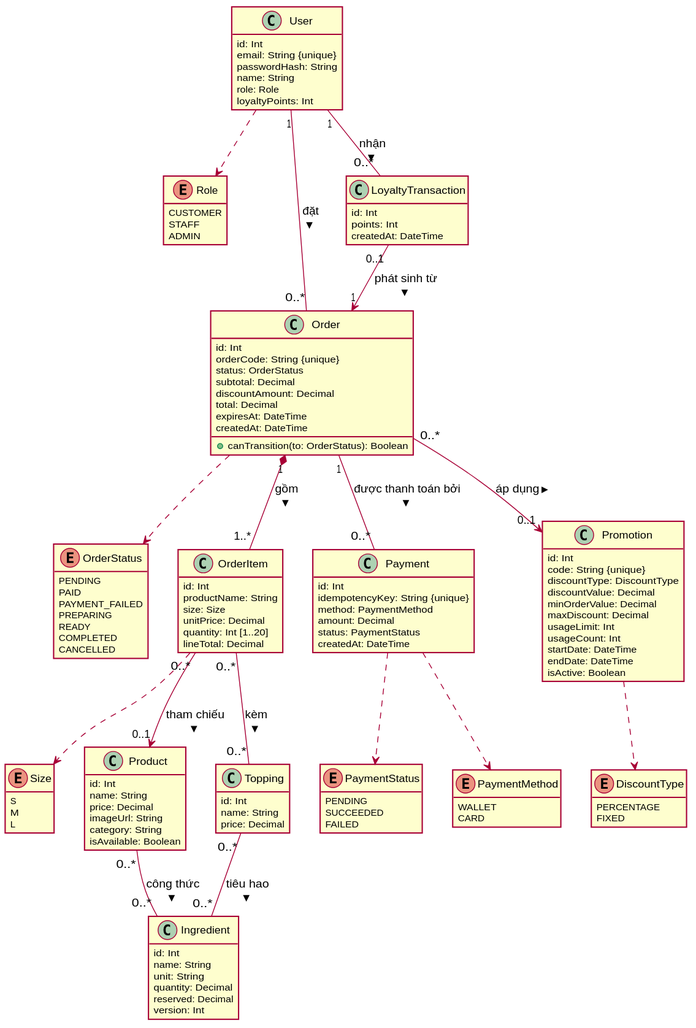
Before: docs/diagrams/class-domain.svg, a diagram exported from PlantUML (dinh-hung-116/BrewLite-Assignment2).
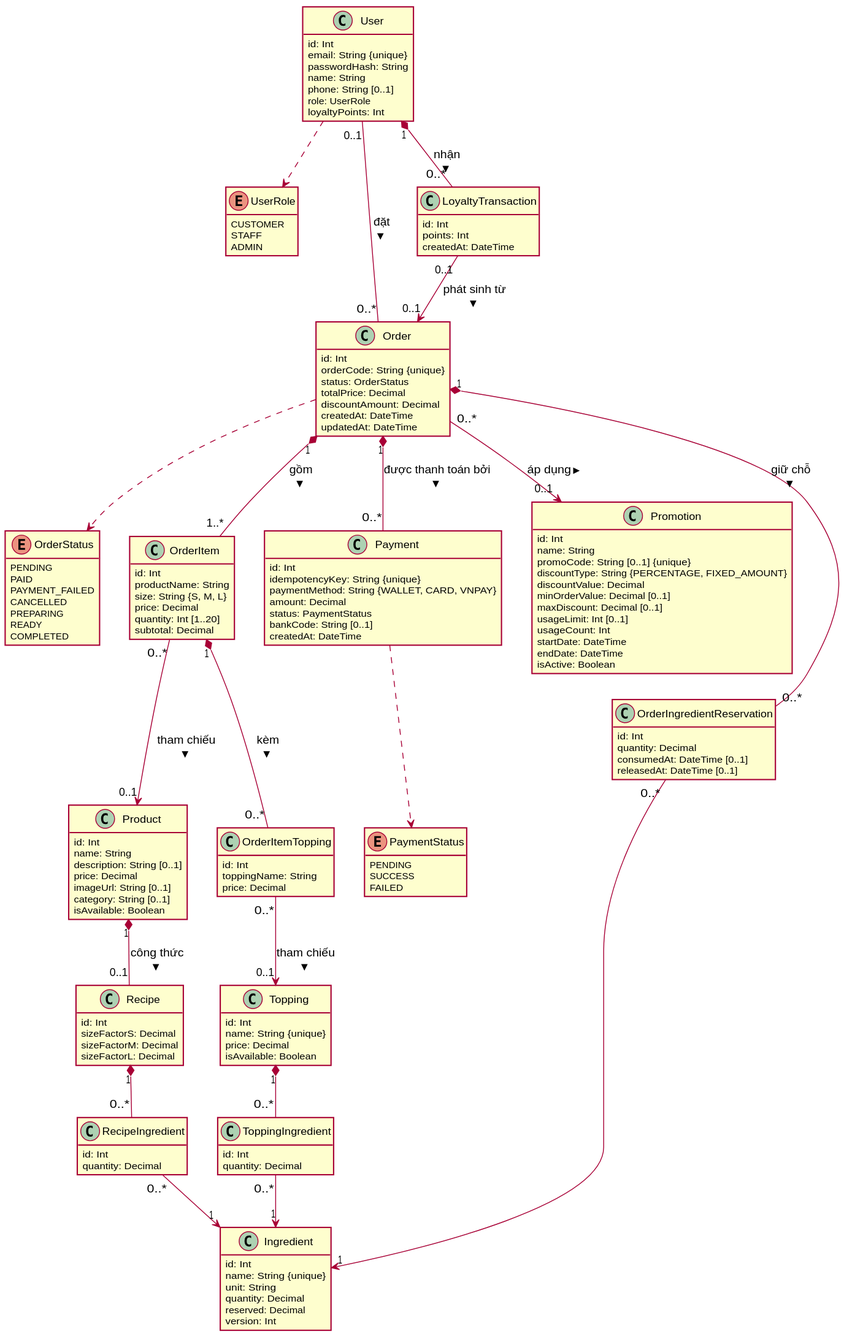
After the commit.

Commit message:
docs(diagrams): sửa activity, sequence, class theo code và schema thật

The edit, as a diff of the source:
```diff
@@ -2,7 +2,7 @@
 skinparam shadowing false
 hide empty methods
 
-enum Role {
+enum UserRole {
   CUSTOMER
   STAFF
   ADMIN
@@ -11,28 +11,15 @@
   PENDING
   PAID
   PAYMENT_FAILED
+  CANCELLED
   PREPARING
   READY
   COMPLETED
-  CANCELLED
 }
 enum PaymentStatus {
   PENDING
-  SUCCEEDED
+  SUCCESS
   FAILED
-}
-enum PaymentMethod {
-  WALLET
-  CARD
-}
-enum Size {
-  S
-  M
-  L
-}
-enum DiscountType {
-  PERCENTAGE
-  FIXED
 }
 
 class User {
@@ -40,57 +27,65 @@
   email: String {unique}
   passwordHash: String
   name: String
-  role: Role
+  phone: String [0..1]
+  role: UserRole
   loyaltyPoints: Int
 }
 class Product {
   id: Int
   name: String
+  description: String [0..1]
   price: Decimal
-  imageUrl: String
-  category: String
+  imageUrl: String [0..1]
+  category: String [0..1]
   isAvailable: Boolean
 }
 class Topping {
   id: Int
-  name: String
+  name: String {unique}
   price: Decimal
+  isAvailable: Boolean
 }
 class Order {
   id: Int
   orderCode: String {unique}
   status: OrderStatus
-  subtotal: Decimal
+  totalPrice: Decimal
   discountAmount: Decimal
-  total: Decimal
-  expiresAt: DateTime
   createdAt: DateTime
-  +canTransition(to: OrderStatus): Boolean
+  updatedAt: DateTime
 }
 class OrderItem {
   id: Int
   productName: String
-  size: Size
-  unitPrice: Decimal
+  size: String {S, M, L}
+  price: Decimal
   quantity: Int [1..20]
-  lineTotal: Decimal
+  subtotal: Decimal
+}
+class OrderItemTopping {
+  id: Int
+  toppingName: String
+  price: Decimal
 }
 class Payment {
   id: Int
   idempotencyKey: String {unique}
-  method: PaymentMethod
+  paymentMethod: String {WALLET, CARD, VNPAY}
   amount: Decimal
   status: PaymentStatus
+  bankCode: String [0..1]
   createdAt: DateTime
 }
 class Promotion {
   id: Int
-  code: String {unique}
-  discountType: DiscountType
+  name: String
+  promoCode: String [0..1] {unique}
+  discountType: String {PERCENTAGE, FIXED_AMOUNT}
   discountValue: Decimal
-  minOrderValue: Decimal
-  maxDiscount: Decimal
-  usageLimit: Int
+  minOrderValue: Decimal [0..1]
+  maxDiscount: Decimal [0..1]
+  usageLimit: Int [0..1]
   usageCount: Int
   startDate: DateTime
   endDate: DateTime
@@ -101,30 +96,53 @@
   points: Int
   createdAt: DateTime
 }
+class Recipe {
+  id: Int
+  sizeFactorS: Decimal
+  sizeFactorM: Decimal
+  sizeFactorL: Decimal
+}
+class RecipeIngredient {
+  id: Int
+  quantity: Decimal
+}
+class ToppingIngredient {
+  id: Int
+  quantity: Decimal
+}
 class Ingredient {
   id: Int
-  name: String
+  name: String {unique}
   unit: String
   quantity: Decimal
   reserved: Decimal
   version: Int
 }
+class OrderIngredientReservation {
+  id: Int
+  quantity: Decimal
+  consumedAt: DateTime [0..1]
+  releasedAt: DateTime [0..1]
+}
 
-User "1" -- "0..*" Order : đặt >
+User "0..1" -- "0..*" Order : đặt >
 Order "1" *-- "1..*" OrderItem : gồm >
+OrderItem "1" *-- "0..*" OrderItemTopping : kèm >
 OrderItem "0..*" --> "0..1" Product : tham chiếu >
-OrderItem "0..*" -- "0..*" Topping : kèm >
-Order "1" -- "0..*" Payment : được thanh toán bởi >
+OrderItemTopping "0..*" --> "0..1" Topping : tham chiếu >
+Order "1" *-- "0..*" Payment : được thanh toán bởi >
 Order "0..*" --> "0..1" Promotion : áp dụng >
-User "1" -- "0..*" LoyaltyTransaction : nhận >
-LoyaltyTransaction "0..1" --> "1" Order : phát sinh từ >
-Product "0..*" -- "0..*" Ingredient : công thức >
-Topping "0..*" -- "0..*" Ingredient : tiêu hao >
+User "1" *-- "0..*" LoyaltyTransaction : nhận >
+LoyaltyTransaction "0..1" --> "0..1" Order : phát sinh từ >
+Product "1" *-- "0..1" Recipe : công thức >
+Recipe "1" *-- "0..*" RecipeIngredient
+RecipeIngredient "0..*" --> "1" Ingredient
+Topping "1" *-- "0..*" ToppingIngredient
+ToppingIngredient "0..*" --> "1" Ingredient
+Order "1" *-- "0..*" OrderIngredientReservation : giữ chỗ >
+OrderIngredientReservation "0..*" --> "1" Ingredient
 
-User ..> Role
+User ..> UserRole
 Order ..> OrderStatus
 Payment ..> PaymentStatus
-Payment ..> PaymentMethod
-OrderItem ..> Size
-Promotion ..> DiscountType
 @enduml
```
